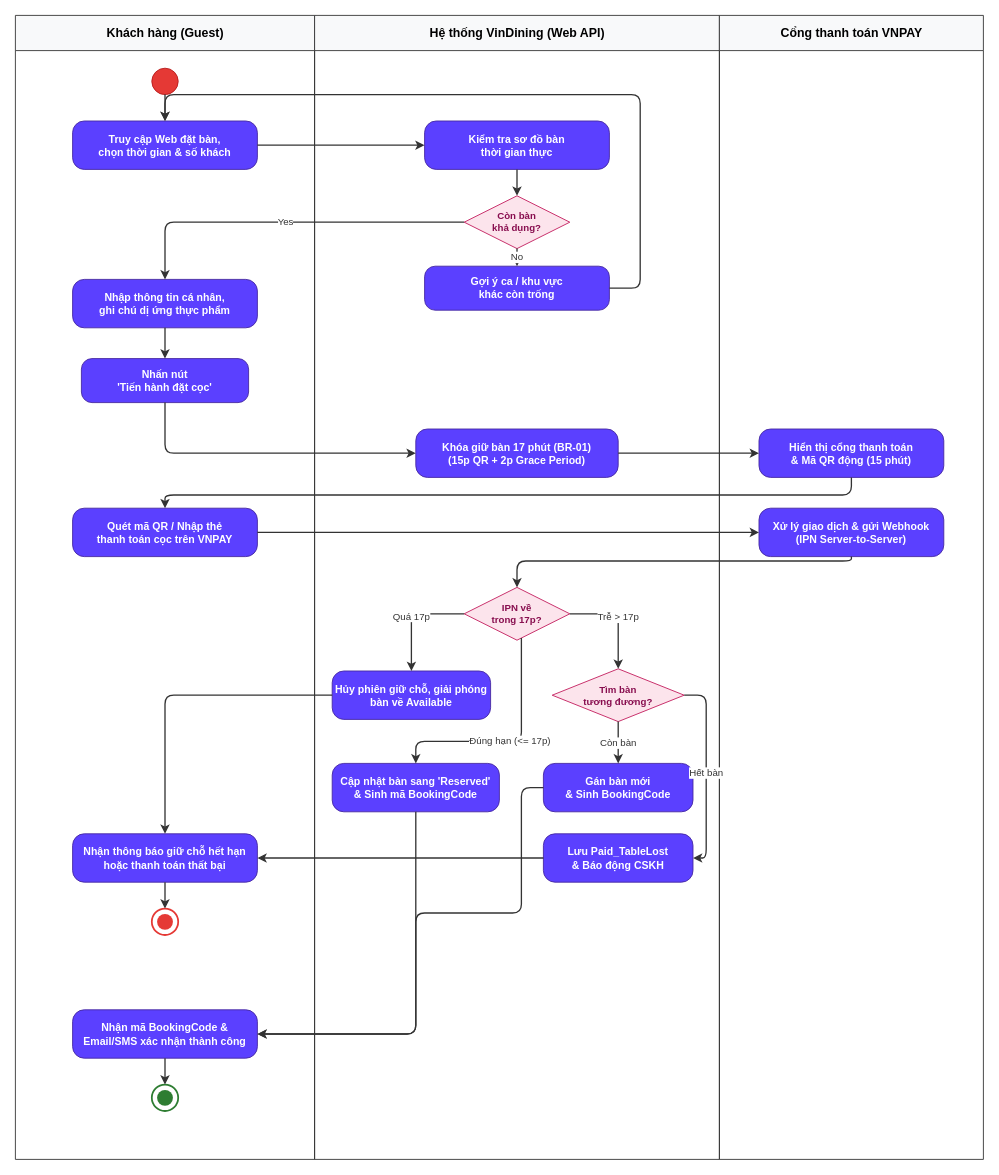
AndrewQng/VinDining keeps this draw.io diagram as docs/phase1/drawio/ad01_reservation_deposit.drawio. Above is the earlier version. Source tidied: cells renumbered, new cells numbered last; positions are measured from the earlier drawing's top-left corner, leaving out a move shared by most shapes. Both pictures are drawn from the tidied source at 88%, with x=0, y=0 at pixel (15, 15).
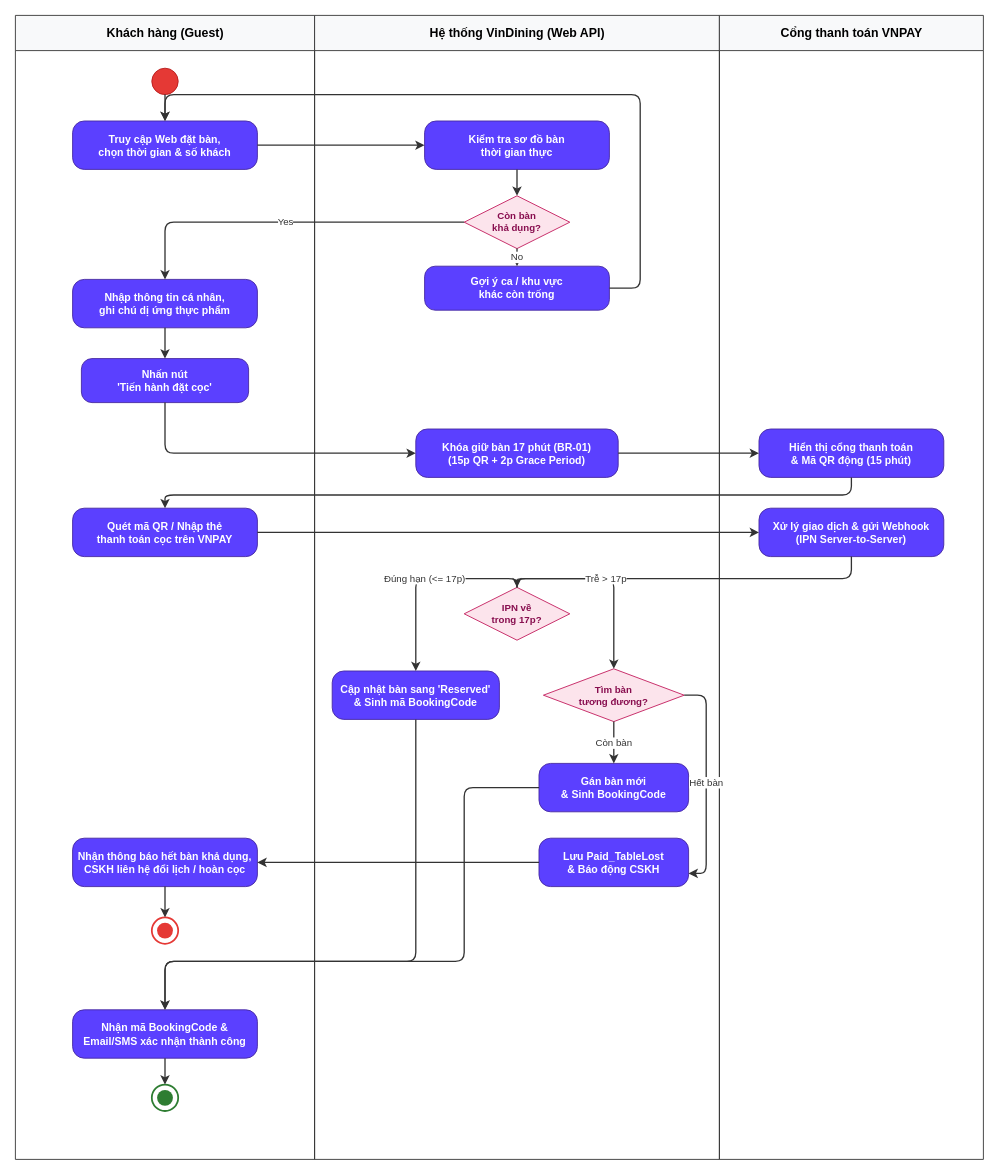
The same page after the edit.

Unchanged cells that the change refers to:
```xml
<mxCell id="2" value="Khách hàng (Guest)" style="swimlane;html=1;startSize=40;horizontal=1;fontStyle=1;fontSize=14;align=center;verticalAlign=middle;fillColor=#f8f9fa;strokeColor=#333333;swimlaneLine=1;" parent="1" vertex="1">
  <mxGeometry width="340" height="1300" as="geometry" />
</mxCell>
<mxCell id="11" value="Nhận mã BookingCode &amp;&#10;Email/SMS xác nhận thành công" style="rounded=1;arcSize=24;whiteSpace=wrap;html=1;fillColor=#5b40ff;strokeColor=#4527a0;fontColor=#ffffff;fontStyle=1;fontSize=12;align=center;verticalAlign=middle;" parent="2" vertex="1">
  <mxGeometry x="65" y="1130" width="210" height="55" as="geometry" />
</mxCell>
<mxCell id="14" value="Hệ thống VinDining (Web API)" style="swimlane;html=1;startSize=40;horizontal=1;fontStyle=1;fontSize=14;align=center;verticalAlign=middle;fillColor=#f8f9fa;strokeColor=#333333;swimlaneLine=1;" parent="1" vertex="1">
  <mxGeometry x="340" width="460" height="1300" as="geometry" />
</mxCell>
<mxCell id="19" value="IPN về&#10;trong 17p?" style="rhombus;whiteSpace=wrap;html=1;fillColor=#fce4ec;strokeColor=#c2185b;fontColor=#880e4f;fontStyle=1;fontSize=11;align=center;verticalAlign=middle;" parent="14" vertex="1">
  <mxGeometry x="170" y="650" width="120" height="60" as="geometry" />
</mxCell>
<mxCell id="27" value="Xử lý giao dịch &amp; gửi Webhook&#10;(IPN Server-to-Server)" style="rounded=1;arcSize=24;whiteSpace=wrap;html=1;fillColor=#5b40ff;strokeColor=#4527a0;fontColor=#ffffff;fontStyle=1;fontSize=12;align=center;verticalAlign=middle;" parent="25" vertex="1">
  <mxGeometry x="45" y="560" width="210" height="55" as="geometry" />
</mxCell>
```

The edit, as a diff of the source:
```diff
@@
-    <mxCell id="8" value="Nhận thông báo giữ chỗ hết hạn&#10;hoặc thanh toán thất bại" style="rounded=1;arcSize=24;whiteSpace=wrap;html=1;fillColor=#5b40ff;strokeColor=#4527a0;fontColor=#ffffff;fontStyle=1;fontSize=12;align=center;verticalAlign=middle;" parent="2" vertex="1">
-      <mxGeometry x="65" y="930" width="210" height="55" as="geometry" />
+    <mxCell id="8" value="Nhận thông báo hết bàn khả dụng,&#10;CSKH liên hệ đổi lịch / hoàn cọc" style="rounded=1;arcSize=24;whiteSpace=wrap;html=1;fillColor=#5b40ff;strokeColor=#4527a0;fontColor=#ffffff;fontStyle=1;fontSize=12;align=center;verticalAlign=middle;" parent="2" vertex="1">
+      <mxGeometry x="65" y="935" width="210" height="55" as="geometry" />
     </mxCell>
     <mxCell id="9" style="ellipse;whiteSpace=wrap;html=1;fillColor=#ffffff;strokeColor=#e53935;strokeWidth=2;" parent="2" vertex="1">
-      <mxGeometry x="155" y="1015" width="30" height="30" as="geometry" />
+      <mxGeometry x="155" y="1025" width="30" height="30" as="geometry" />
     </mxCell>
     <mxCell id="10" style="ellipse;whiteSpace=wrap;html=1;fillColor=#e53935;strokeColor=none;" parent="2" vertex="1">
-      <mxGeometry x="161" y="1021" width="18" height="18" as="geometry" />
+      <mxGeometry x="161" y="1031" width="18" height="18" as="geometry" />
     </mxCell>
@@
-    <mxCell id="20" value="Hủy phiên giữ chỗ, giải phóng&#10;bàn về Available" style="rounded=1;arcSize=24;whiteSpace=wrap;html=1;fillColor=#5b40ff;strokeColor=#4527a0;fontColor=#ffffff;fontStyle=1;fontSize=12;align=center;verticalAlign=middle;" parent="14" vertex="1">
-      <mxGeometry x="20" y="745" width="180" height="55" as="geometry" />
-    </mxCell>
+    <mxCell id="22" value="Cập nhật bàn sang 'Reserved'&#10;&amp; Sinh mã BookingCode" style="rounded=1;arcSize=24;whiteSpace=wrap;html=1;fillColor=#5b40ff;strokeColor=#4527a0;fontColor=#ffffff;fontStyle=1;fontSize=12;align=center;verticalAlign=middle;" parent="14" vertex="1">
+      <mxGeometry x="20" y="745" width="190" height="55" as="geometry" />
+    </mxCell>
     <mxCell id="21" value="Tìm bàn&#10;tương đương?" style="rhombus;whiteSpace=wrap;html=1;fillColor=#fce4ec;strokeColor=#c2185b;fontColor=#880e4f;fontStyle=1;fontSize=11;align=center;verticalAlign=middle;" parent="14" vertex="1">
-      <mxGeometry x="270" y="742.5" width="150" height="60" as="geometry" />
+      <mxGeometry x="260" y="742.5" width="160" height="60" as="geometry" />
     </mxCell>
-    <mxCell id="22" value="Cập nhật bàn sang 'Reserved'&#10;&amp; Sinh mã BookingCode" style="rounded=1;arcSize=24;whiteSpace=wrap;html=1;fillColor=#5b40ff;strokeColor=#4527a0;fontColor=#ffffff;fontStyle=1;fontSize=12;align=center;verticalAlign=middle;" parent="14" vertex="1">
-      <mxGeometry x="20" y="850" width="190" height="55" as="geometry" />
-    </mxCell>
     <mxCell id="23" value="Gán bàn mới&#10;&amp; Sinh BookingCode" style="rounded=1;arcSize=24;whiteSpace=wrap;html=1;fillColor=#5b40ff;strokeColor=#4527a0;fontColor=#ffffff;fontStyle=1;fontSize=12;align=center;verticalAlign=middle;" parent="14" vertex="1">
-      <mxGeometry x="260" y="850" width="170" height="55" as="geometry" />
+      <mxGeometry x="255" y="850" width="170" height="55" as="geometry" />
     </mxCell>
     <mxCell id="24" value="Lưu Paid_TableLost&#10;&amp; Báo động CSKH" style="rounded=1;arcSize=24;whiteSpace=wrap;html=1;fillColor=#5b40ff;strokeColor=#4527a0;fontColor=#ffffff;fontStyle=1;fontSize=12;align=center;verticalAlign=middle;" parent="14" vertex="1">
-      <mxGeometry x="260" y="930" width="170" height="55" as="geometry" />
+      <mxGeometry x="255" y="935" width="170" height="55" as="geometry" />
     </mxCell>
@@
     <mxCell id="39" style="edgeStyle=orthogonalEdgeStyle;rounded=1;jettySize=auto;html=1;strokeColor=#333333;strokeWidth=1.5;fontSize=11;fontColor=#333333;" parent="1" edge="1" source="27" target="19">
       <mxGeometry relative="1" as="geometry">
         <Array as="points">
-          <mxPoint x="950" y="620" />
-          <mxPoint x="570" y="620" />
+          <mxPoint x="950" y="640" />
+          <mxPoint x="570" y="640" />
         </Array>
       </mxGeometry>
     </mxCell>
-    <mxCell id="40" value="Quá 17p" style="edgeStyle=orthogonalEdgeStyle;rounded=1;jettySize=auto;html=1;strokeColor=#333333;strokeWidth=1.5;fontSize=11;fontColor=#333333;" parent="1" edge="1" source="19" target="20">
-      <mxGeometry relative="1" as="geometry">
-        <Array as="points">
-          <mxPoint x="510" y="680" />
-          <mxPoint x="450" y="680" />
-        </Array>
-      </mxGeometry>
-    </mxCell>
+    <mxCell id="42" value="Đúng hạn (&lt;= 17p)" style="edgeStyle=orthogonalEdgeStyle;rounded=1;jettySize=auto;html=1;strokeColor=#333333;strokeWidth=1.5;fontSize=11;fontColor=#333333;" parent="1" edge="1" source="19" target="22">
+      <mxGeometry relative="1" as="geometry">
+        <Array as="points">
+          <mxPoint x="455" y="640" />
+        </Array>
+      </mxGeometry>
+    </mxCell>
     <mxCell id="41" value="Trễ &gt; 17p" style="edgeStyle=orthogonalEdgeStyle;rounded=1;jettySize=auto;html=1;strokeColor=#333333;strokeWidth=1.5;fontSize=11;fontColor=#333333;" parent="1" edge="1" source="19" target="21">
       <mxGeometry relative="1" as="geometry">
         <Array as="points">
-          <mxPoint x="630" y="680" />
-          <mxPoint x="685" y="680" />
+          <mxPoint x="680" y="640" />
         </Array>
       </mxGeometry>
     </mxCell>
-    <mxCell id="42" value="Đúng hạn (&lt;= 17p)" style="edgeStyle=orthogonalEdgeStyle;rounded=1;jettySize=auto;html=1;strokeColor=#333333;strokeWidth=1.5;fontSize=11;fontColor=#333333;" parent="1" edge="1" source="19" target="22">
-      <mxGeometry relative="1" as="geometry">
-        <Array as="points">
-          <mxPoint x="575" y="710" />
-          <mxPoint x="575" y="825" />
-          <mxPoint x="455" y="825" />
-        </Array>
-      </mxGeometry>
-    </mxCell>
@@
     <mxCell id="44" value="Hết bàn" style="edgeStyle=orthogonalEdgeStyle;rounded=1;jettySize=auto;html=1;strokeColor=#333333;strokeWidth=1.5;fontSize=11;fontColor=#333333;" parent="1" edge="1" source="21" target="24">
       <mxGeometry relative="1" as="geometry">
         <Array as="points">
           <mxPoint x="785" y="772.5" />
-          <mxPoint x="785" y="957.5" />
+          <mxPoint x="785" y="975" />
         </Array>
       </mxGeometry>
     </mxCell>
-    <mxCell id="45" style="edgeStyle=orthogonalEdgeStyle;rounded=1;jettySize=auto;html=1;strokeColor=#333333;strokeWidth=1.5;fontSize=11;fontColor=#333333;" parent="1" edge="1" source="20" target="8">
-      <mxGeometry relative="1" as="geometry">
-        <Array as="points">
-          <mxPoint x="360" y="772.5" />
-          <mxPoint x="170" y="772.5" />
-        </Array>
-      </mxGeometry>
-    </mxCell>
@@
     <mxCell id="48" style="edgeStyle=orthogonalEdgeStyle;rounded=1;jettySize=auto;html=1;strokeColor=#333333;strokeWidth=1.5;fontSize=11;fontColor=#333333;" parent="1" edge="1" source="22" target="11">
       <mxGeometry relative="1" as="geometry">
         <Array as="points">
-          <mxPoint x="455" y="1157.5" />
+          <mxPoint x="455" y="1075" />
+          <mxPoint x="170" y="1075" />
         </Array>
       </mxGeometry>
     </mxCell>
-    <mxCell id="49" style="edgeStyle=orthogonalEdgeStyle;rounded=1;jettySize=auto;html=1;strokeColor=#333333;strokeWidth=1.5;fontSize=11;fontColor=#333333;" parent="1" edge="1" source="23" target="11">
+    <mxCell id="49" style="edgeStyle=orthogonalEdgeStyle;rounded=1;jettySize=auto;html=1;strokeColor=#333333;strokeWidth=1.5;fontSize=11;fontColor=#333333;exitX=0;exitY=0.5;" parent="1" edge="1" source="23" target="11">
       <mxGeometry relative="1" as="geometry">
         <Array as="points">
-          <mxPoint x="600" y="877.5" />
-          <mxPoint x="575" y="877.5" />
-          <mxPoint x="575" y="1020" />
-          <mxPoint x="455" y="1020" />
-          <mxPoint x="455" y="1157.5" />
+          <mxPoint x="510" y="877.5" />
+          <mxPoint x="510" y="1075" />
+          <mxPoint x="170" y="1075" />
         </Array>
       </mxGeometry>
     </mxCell>
```
